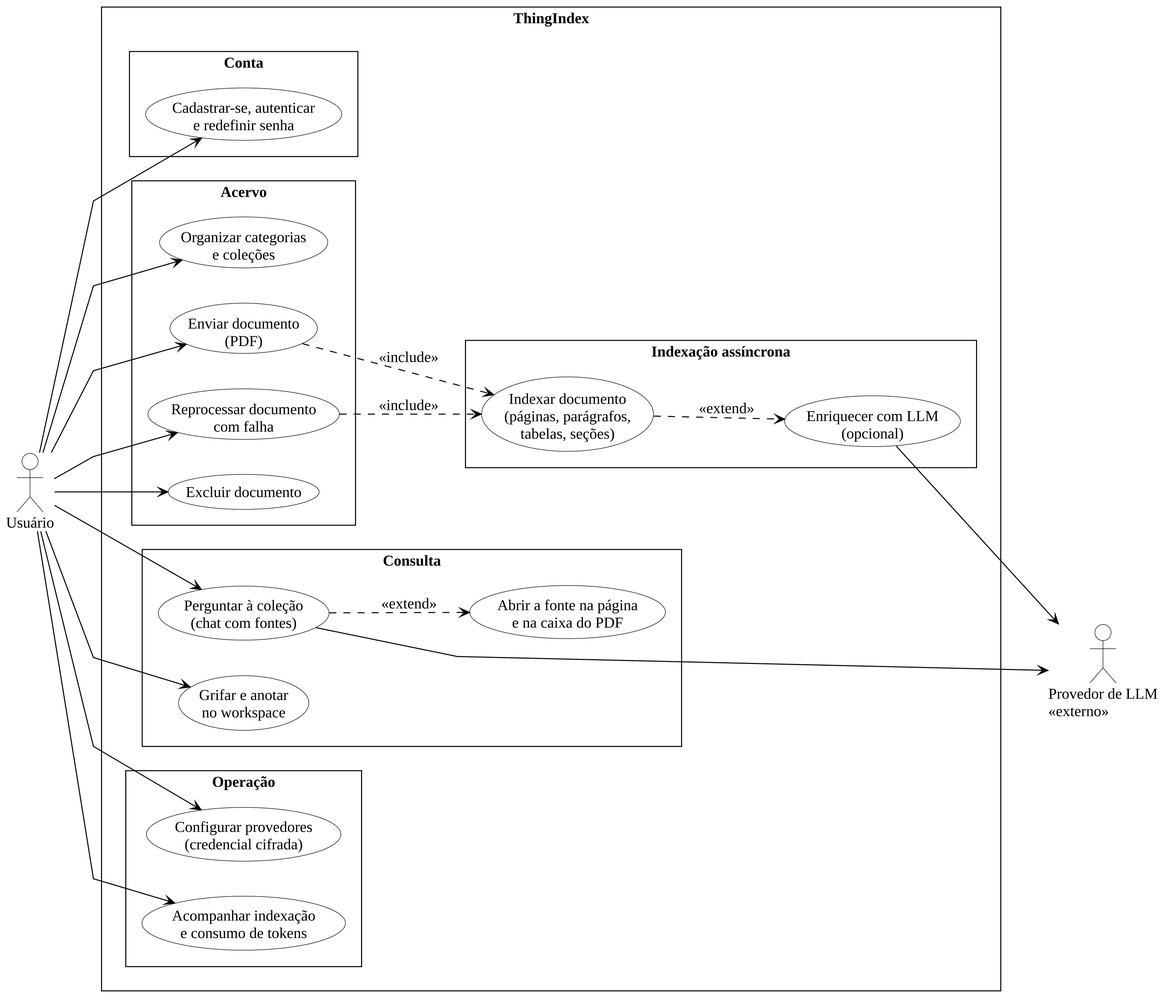
The PlantUML diagram docs/article/anexos/diagramas/casos-de-uso.png in EduardoMG12/ThingIndex, before a commit. Its source is kept beside it as docs/article/anexos/diagramas/casos-de-uso.puml.
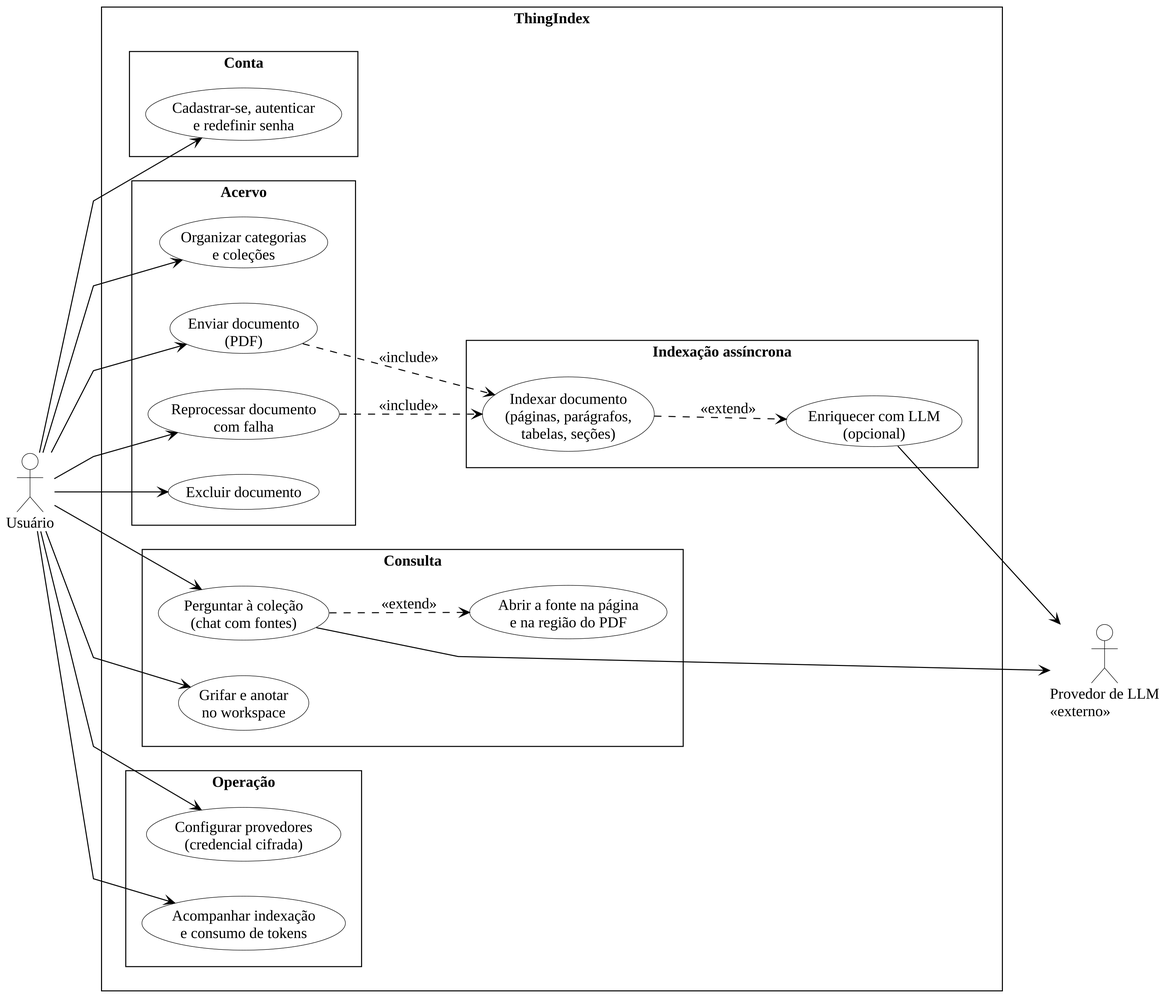
Above is the later version.

Diff of the diagram source:
```diff
@@ -20,7 +20,7 @@
   }
   package "Consulta" {
     usecase "Perguntar à coleção\n(chat com fontes)" as UC8
-    usecase "Abrir a fonte na página\ne na caixa do PDF" as UC9
+    usecase "Abrir a fonte na página\ne na região do PDF" as UC9
     usecase "Grifar e anotar\nno workspace" as UC10
   }
   package "Operação" {
```
